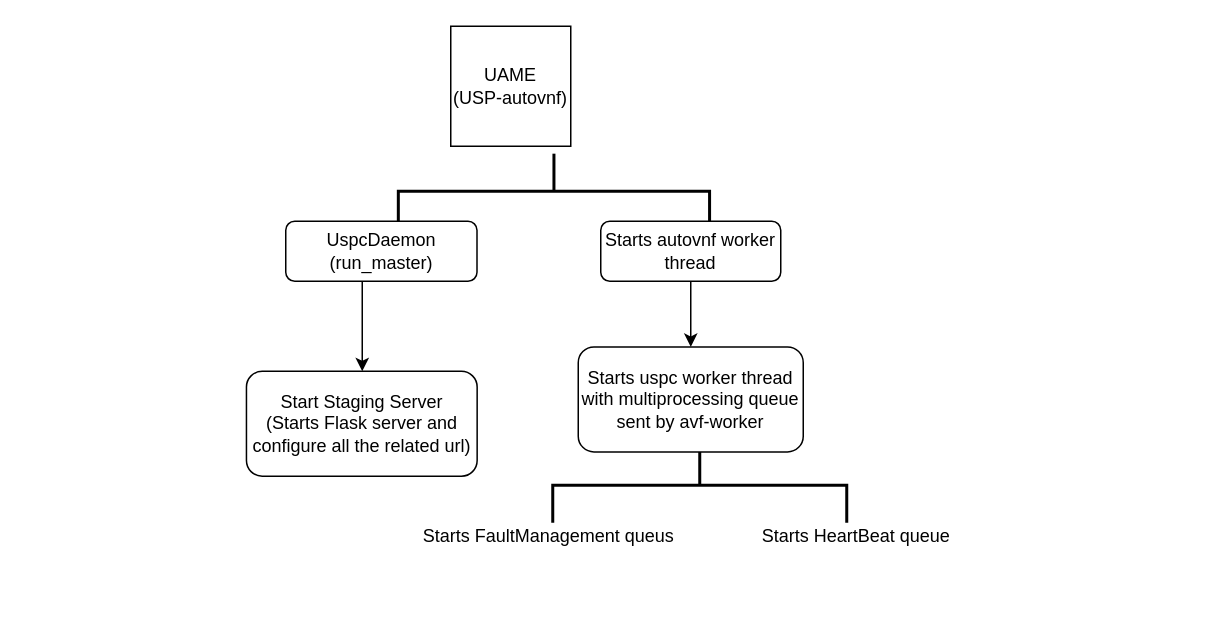
Earlier version of the draw.io diagram Untitled Diagram.drawio (mupasak/ansible). Source tidied: cells renumbered, new cells numbered last; positions are measured from the earlier drawing's top-left corner, leaving out a move shared by most shapes. Both pictures are drawn from the tidied source at 150%, with x=0, y=0 at pixel (246, 26).
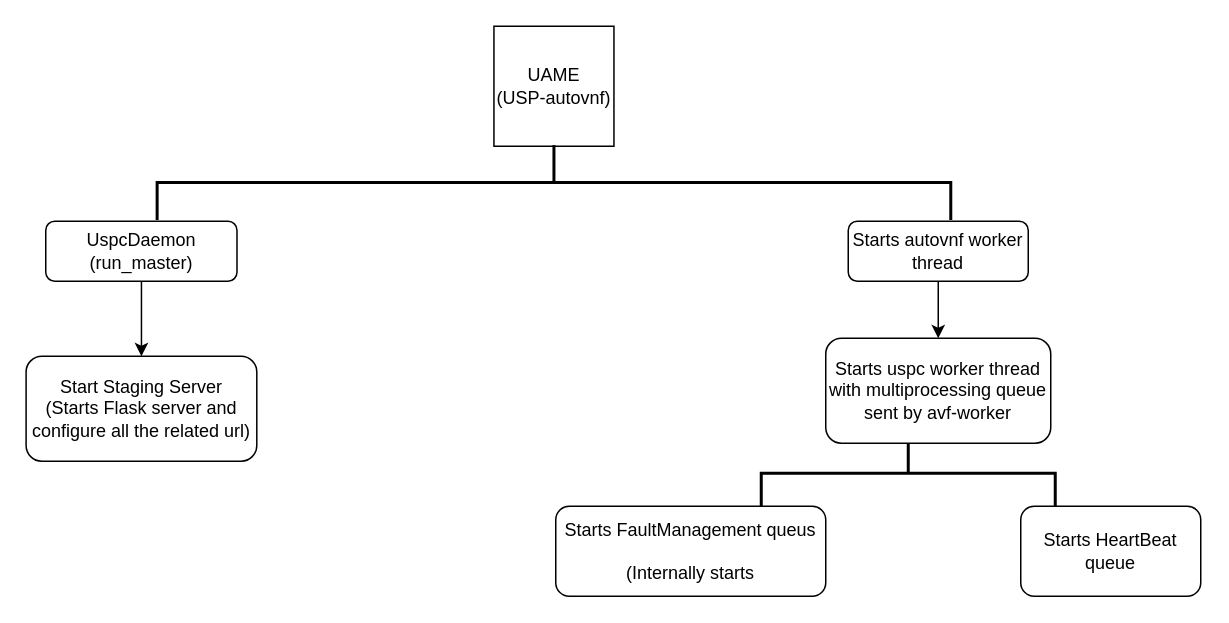
The same diagram, later.

What changed in the source:
```diff
@@
 <mxGraphModel>
   <root>
     <mxCell id="0" />
     <mxCell id="1" parent="0" />
     <mxCell id="2" value="&lt;div&gt;UAME&lt;/div&gt;&lt;div&gt;(USP-autovnf)&lt;br&gt;&lt;/div&gt;" style="whiteSpace=wrap;html=1;" parent="1" vertex="1">
-      <mxGeometry x="136" width="80" height="80" as="geometry" />
+      <mxGeometry x="164.8" width="80" height="80" as="geometry" />
     </mxCell>
     <mxCell id="3" style="strokeWidth=2;html=1;shape=mxgraph.flowchart.annotation_2;align=left;labelPosition=right;rotation=90;" parent="1" vertex="1">
-      <mxGeometry x="179.8" y="6.2" width="50" height="207.5" as="geometry" />
+      <mxGeometry x="179.8" y="-160.3" width="50" height="529.1" as="geometry" />
     </mxCell>
     <mxCell id="4" style="strokeWidth=2;html=1;shape=mxgraph.flowchart.annotation_2;align=left;labelPosition=right;rotation=90;" parent="1" vertex="1">
-      <mxGeometry x="277" y="208" width="50" height="196" as="geometry" />
+      <mxGeometry x="416" y="200" width="50" height="196" as="geometry" />
     </mxCell>
     <mxCell id="5" style="edgeStyle=orthogonalEdgeStyle;rounded=0;jettySize=auto;html=1;" parent="1" edge="1" source="6" target="7">
-      <mxGeometry relative="1" as="geometry">
-        <Array as="points">
-          <mxPoint x="77" y="180" />
-          <mxPoint x="77" y="180" />
-        </Array>
-      </mxGeometry>
+      <mxGeometry relative="1" as="geometry" />
     </mxCell>
     <mxCell id="6" value="&lt;div&gt;UspcDaemon&lt;/div&gt;&lt;div&gt;(run_master)&lt;br&gt;&lt;/div&gt;" style="rounded=1;whiteSpace=wrap;html=1;" parent="1" vertex="1">
-      <mxGeometry x="26" y="130" width="127.5" height="40" as="geometry" />
+      <mxGeometry x="-134" y="130" width="127.5" height="40" as="geometry" />
     </mxCell>
     <mxCell id="7" value="&lt;div&gt;Start Staging Server&lt;/div&gt;&lt;div&gt;(Starts Flask server and configure all the related url)&lt;br&gt;&lt;/div&gt;" style="rounded=1;whiteSpace=wrap;html=1;" parent="1" vertex="1">
-      <mxGeometry x="-0.2" y="230" width="153.8" height="70" as="geometry" />
+      <mxGeometry x="-147.1" y="220" width="153.8" height="70" as="geometry" />
     </mxCell>
     <mxCell id="8" style="edgeStyle=orthogonalEdgeStyle;rounded=0;jettySize=auto;html=1;" parent="1" edge="1" source="9" target="10">
       <mxGeometry relative="1" as="geometry" />
     </mxCell>
     <mxCell id="9" value="Starts autovnf worker thread" style="rounded=1;whiteSpace=wrap;html=1;" parent="1" vertex="1">
-      <mxGeometry x="236" y="130" width="120" height="40" as="geometry" />
+      <mxGeometry x="401" y="130" width="120" height="40" as="geometry" />
     </mxCell>
     <mxCell id="10" value="&lt;div&gt;Starts uspc worker thread with multiprocessing queue&lt;/div&gt;&lt;div&gt;sent by avf-worker&lt;/div&gt;" style="rounded=1;whiteSpace=wrap;html=1;" parent="1" vertex="1">
-      <mxGeometry x="221" y="213.8" width="150" height="70" as="geometry" />
+      <mxGeometry x="386" y="208" width="150" height="70" as="geometry" />
     </mxCell>
-    <mxCell id="11" value="Starts FaultManagement queus" style="text;html=1;align=center;verticalAlign=middle;" parent="1" vertex="1">
-      <mxGeometry x="111" y="330" width="180" height="20" as="geometry" />
-    </mxCell>
+    <mxCell id="13" value="&lt;div&gt;Starts FaultManagement queus&lt;/div&gt;&lt;div&gt;&lt;br&gt;&lt;/div&gt;&lt;div&gt;(Internally starts &lt;br&gt;&lt;/div&gt;" style="rounded=1;whiteSpace=wrap;html=1;" parent="1" vertex="1">
+      <mxGeometry x="206" y="320" width="180" height="60" as="geometry" />
+    </mxCell>
-    <mxCell id="12" value="&lt;div&gt;Starts HeartBeat queue&lt;/div&gt;" style="text;html=1;align=center;verticalAlign=middle;" parent="1" vertex="1">
-      <mxGeometry x="336" y="330" width="140" height="20" as="geometry" />
+    <mxCell id="12" value="&lt;div&gt;Starts HeartBeat queue&lt;/div&gt;" style="rounded=1;whiteSpace=wrap;html=1;" parent="1" vertex="1">
+      <mxGeometry x="516" y="320" width="120" height="60" as="geometry" />
     </mxCell>
   </root>
 </mxGraphModel>
```
